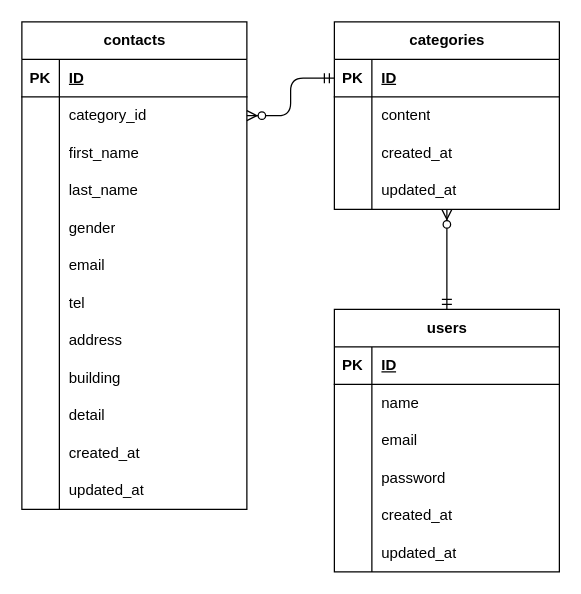
This is test1.drawio from yu1021-soni/test1, a draw.io file, before an edit. Source tidied: cells renumbered, new cells numbered last; positions are measured from the earlier drawing's top-left corner, leaving out a move shared by most shapes. Both pictures are drawn from the tidied source at 125%, with x=0, y=0 at pixel (21, 21).
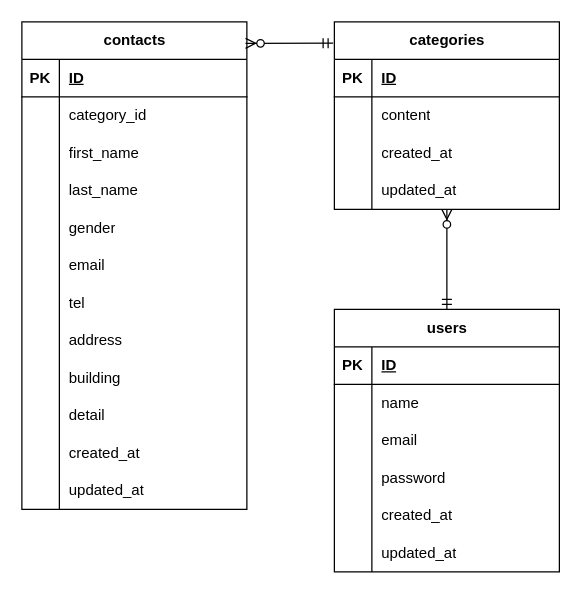
The same diagram, later.

The change refers to these unchanged cells:
```xml
<mxCell id="2" value="contacts" style="shape=table;startSize=30;childLayout=tableLayout;rowLines=0;fontStyle=1;align=center;html=1;" parent="1" vertex="1">
  <mxGeometry width="180" height="390" as="geometry" />
</mxCell>
<mxCell id="6" style="shape=tableRow;horizontal=0;startSize=0;swimlaneHead=0;swimlaneBody=0;fillColor=none;points=[[0,0.5],[1,0.5]];portConstraint=eastwest;top=0;left=0;right=0;bottom=0;" parent="2" vertex="1">
  <mxGeometry y="60" width="180" height="30" as="geometry" />
</mxCell>
<mxCell id="40" style="shape=tableRow;horizontal=0;startSize=0;swimlaneHead=0;swimlaneBody=0;fillColor=none;points=[[0,0.5],[1,0.5]];portConstraint=eastwest;top=0;left=0;right=0;bottom=1;" parent="39" vertex="1">
  <mxGeometry y="30" width="180" height="30" as="geometry" />
</mxCell>
```

Diff of the diagram source:
```diff
@@
-    <mxCell id="72" style="edgeStyle=orthogonalEdgeStyle;fontSize=12;html=1;endArrow=ERzeroToMany;startArrow=ERmandOne;" parent="1" edge="1" source="40" target="6">
-      <mxGeometry relative="1" as="geometry" />
+    <mxCell id="72" style="fontSize=12;html=1;endArrow=ERzeroToMany;startArrow=ERmandOne;entryX=0.994;entryY=0.044;entryDx=0;entryDy=0;entryPerimeter=0;" parent="1" edge="1" target="2">
+      <mxGeometry relative="1" as="geometry">
+        <mxPoint x="249" y="17" as="sourcePoint" />
+      </mxGeometry>
     </mxCell>
```
